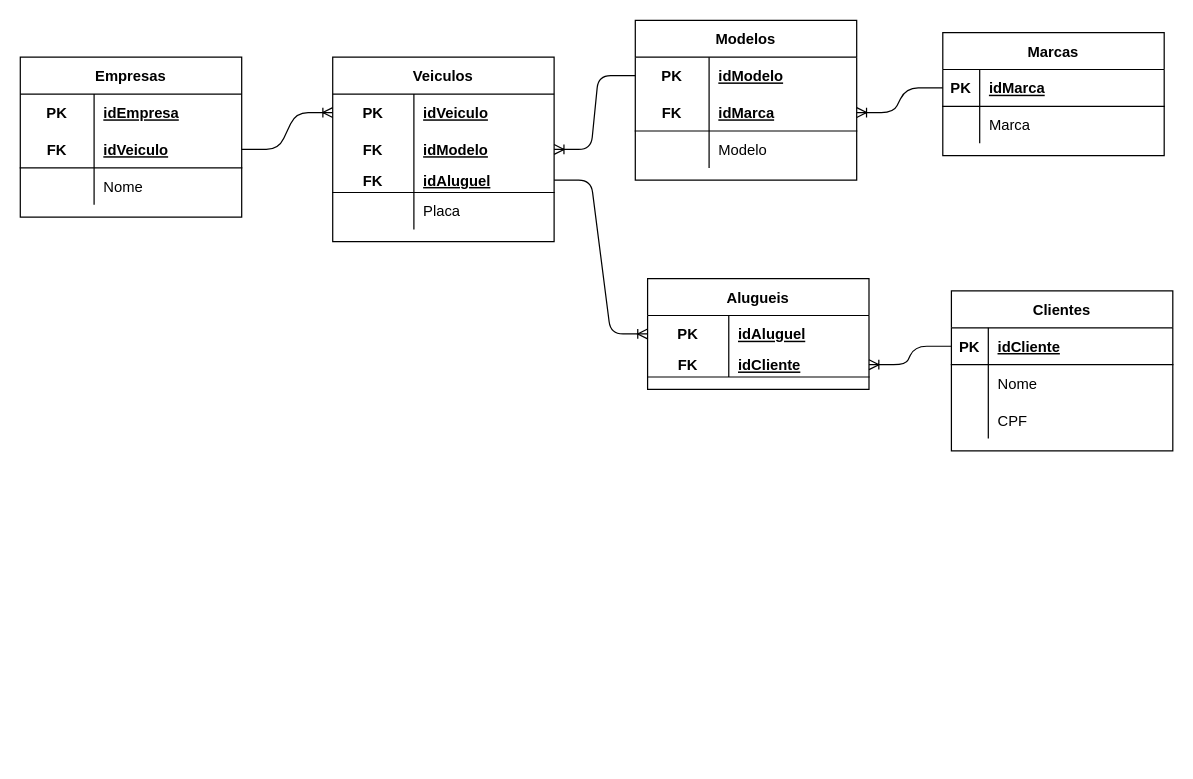
Earlier version of the draw.io diagram page "logico" (2 of 2) of exercicios/1.2-exercicio-locadora/1.2-exercicio-locadora.drawio (Pedro-B-Alves/senai_sprint1_bd). Source tidied: cells renumbered, new cells numbered last; positions are measured from the earlier drawing's top-left corner, leaving out a move shared by most shapes. Both pictures are drawn from the tidied source at 123%, with x=0, y=0 at pixel (20, 20).
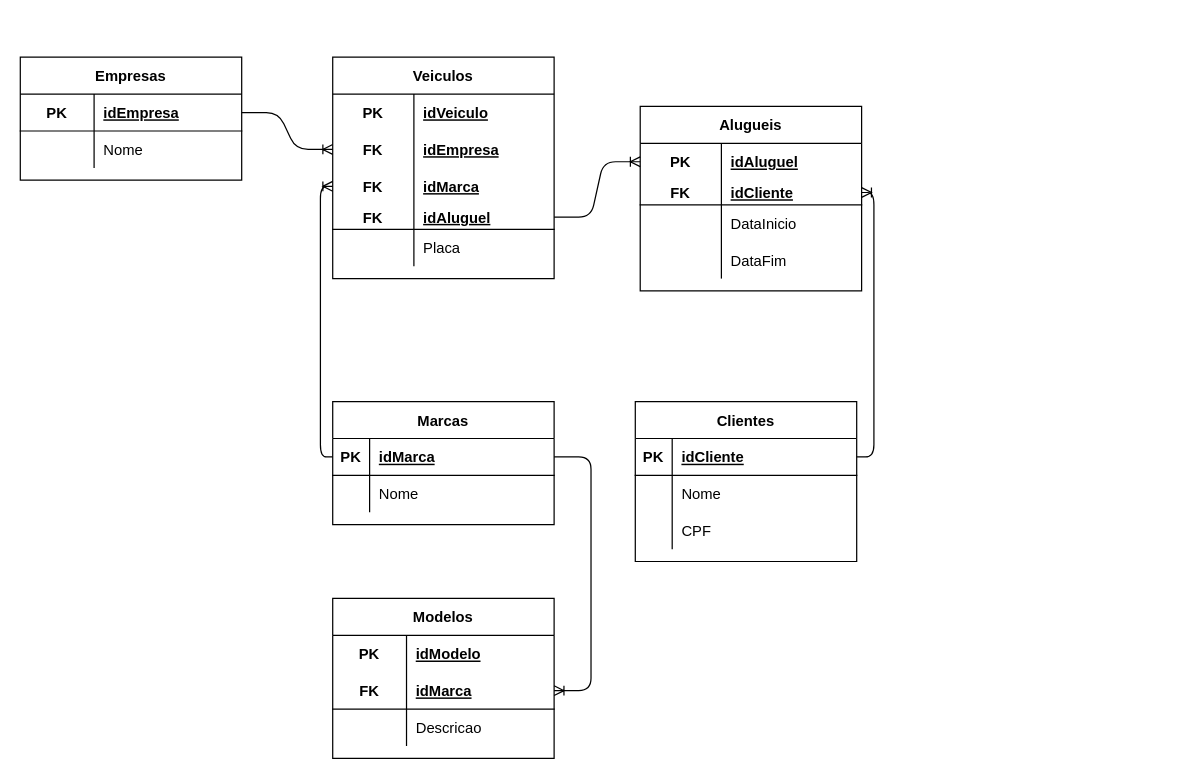
The same page after the edit.

Unchanged cells that the change refers to:
```xml
<mxCell id="13" style="shape=partialRectangle;fillColor=none;top=0;left=0;bottom=0;right=0;points=[[0,0.5],[1,0.5]];portConstraint=eastwest;" parent="12" vertex="1">
  <mxGeometry y="30" width="180" height="30" as="geometry" />
</mxCell>
<mxCell id="16" style="shape=partialRectangle;fillColor=none;top=0;left=0;bottom=0;right=0;points=[[0,0.5],[1,0.5]];portConstraint=eastwest;" parent="12" vertex="1">
  <mxGeometry y="60" width="180" height="30" as="geometry" />
</mxCell>
<mxCell id="26" style="shape=partialRectangle;fillColor=none;top=0;left=0;bottom=0;right=0;points=[[0,0.5],[1,0.5]];portConstraint=eastwest;" parent="25" vertex="1">
  <mxGeometry y="30" width="180" height="30" as="geometry" />
</mxCell>
<mxCell id="29" style="shape=partialRectangle;fillColor=none;top=0;left=0;bottom=1;right=0;points=[[0,0.5],[1,0.5]];portConstraint=eastwest;" parent="25" vertex="1">
  <mxGeometry y="60" width="180" height="30" as="geometry" />
</mxCell>
<mxCell id="32" style="shape=partialRectangle;fillColor=none;top=0;left=0;bottom=0;right=0;" parent="25" vertex="1">
  <mxGeometry y="90" width="180" height="30" as="geometry" />
</mxCell>
<mxCell id="36" style="shape=partialRectangle;fillColor=none;top=0;left=0;bottom=1;right=0;points=[[0,0.5],[1,0.5]];portConstraint=eastwest;" parent="35" vertex="1">
  <mxGeometry y="30" width="180" height="30" as="geometry" />
</mxCell>
<mxCell id="39" style="shape=partialRectangle;fillColor=none;top=0;left=0;bottom=0;right=0;" parent="35" vertex="1">
  <mxGeometry y="60" width="180" height="30" as="geometry" />
</mxCell>
<mxCell id="46" style="shape=partialRectangle;fillColor=none;top=0;left=0;bottom=1;right=0;points=[[0,0.5],[1,0.5]];portConstraint=eastwest;" parent="42" vertex="1">
  <mxGeometry y="60" width="180" height="20" as="geometry" />
</mxCell>
<mxCell id="50" style="shape=partialRectangle;fillColor=none;top=0;left=0;bottom=1;right=0;points=[[0,0.5],[1,0.5]];portConstraint=eastwest;" parent="49" vertex="1">
  <mxGeometry y="30" width="180" height="30" as="geometry" />
</mxCell>
```

The edit, as a diff of the source:
```diff
@@
     <mxCell id="2" value="Empresas" style="shape=table;startSize=30;childLayout=tableLayout;rowLines=0;fontStyle=1;align=center;" parent="1" vertex="1">
-      <mxGeometry y="30" width="180" height="130" as="geometry" />
+      <mxGeometry y="30" width="180" height="100" as="geometry" />
     </mxCell>
-    <mxCell id="3" style="shape=partialRectangle;fillColor=none;top=0;left=0;bottom=0;right=0;" parent="2" vertex="1">
-      <mxGeometry y="30" width="180" height="30" as="geometry" />
-    </mxCell>
-    <mxCell id="4" value="PK" style="shape=partialRectangle;fillColor=none;top=0;left=0;bottom=0;right=0;fontStyle=1;overflow=hidden;" parent="3" vertex="1">
-      <mxGeometry width="60" height="30" as="geometry" />
-    </mxCell>
-    <mxCell id="5" value="idEmpresa" style="shape=partialRectangle;fillColor=none;top=0;left=0;bottom=0;right=0;align=left;spacingLeft=6;fontStyle=5;overflow=hidden;" parent="3" vertex="1">
-      <mxGeometry x="60" width="120" height="30" as="geometry" />
-    </mxCell>
     <mxCell id="6" style="shape=partialRectangle;fillColor=none;top=0;left=0;bottom=1;right=0;points=[[0,0.5],[1,0.5]];portConstraint=eastwest;" parent="2" vertex="1">
-      <mxGeometry y="60" width="180" height="30" as="geometry" />
+      <mxGeometry y="30" width="180" height="30" as="geometry" />
     </mxCell>
-    <mxCell id="7" value="FK" style="shape=partialRectangle;fillColor=none;top=0;left=0;bottom=0;right=0;fontStyle=1;overflow=hidden;" parent="6" vertex="1">
+    <mxCell id="7" value="PK" style="shape=partialRectangle;fillColor=none;top=0;left=0;bottom=0;right=0;fontStyle=1;overflow=hidden;" parent="6" vertex="1">
       <mxGeometry width="60" height="30" as="geometry" />
     </mxCell>
-    <mxCell id="8" value="idVeiculo" style="shape=partialRectangle;fillColor=none;top=0;left=0;bottom=0;right=0;align=left;spacingLeft=6;fontStyle=5;overflow=hidden;" parent="6" vertex="1">
+    <mxCell id="8" value="idEmpresa" style="shape=partialRectangle;fillColor=none;top=0;left=0;bottom=0;right=0;align=left;spacingLeft=6;fontStyle=5;overflow=hidden;" parent="6" vertex="1">
       <mxGeometry x="60" width="120" height="30" as="geometry" />
     </mxCell>
     <mxCell id="9" style="shape=partialRectangle;fillColor=none;top=0;left=0;bottom=0;right=0;" parent="2" vertex="1">
-      <mxGeometry y="90" width="180" height="30" as="geometry" />
+      <mxGeometry y="60" width="180" height="30" as="geometry" />
     </mxCell>
@@
     <mxCell id="12" value="Veiculos" style="shape=table;startSize=30;childLayout=tableLayout;rowLines=0;fontStyle=1;align=center;" parent="1" vertex="1">
-      <mxGeometry x="254" y="30" width="180" height="150" as="geometry" />
+      <mxGeometry x="254" y="30" width="180" height="180" as="geometry" />
     </mxCell>
@@
-    <mxCell id="18" value="idModelo" style="shape=partialRectangle;fillColor=none;top=0;left=0;bottom=0;right=0;align=left;spacingLeft=6;fontStyle=5;overflow=hidden;" parent="16" vertex="1">
+    <mxCell id="18" value="idEmpresa" style="shape=partialRectangle;fillColor=none;top=0;left=0;bottom=0;right=0;align=left;spacingLeft=6;fontStyle=5;overflow=hidden;" parent="16" vertex="1">
       <mxGeometry x="66" width="114" height="30" as="geometry" />
     </mxCell>
+    <mxCell id="64" style="shape=partialRectangle;fillColor=none;top=0;left=0;bottom=0;right=0;points=[[0,0.5],[1,0.5]];portConstraint=eastwest;" parent="12" vertex="1">
+      <mxGeometry y="90" width="180" height="30" as="geometry" />
+    </mxCell>
+    <mxCell id="65" value="FK" style="shape=partialRectangle;fillColor=none;top=0;left=0;bottom=0;right=0;fontStyle=1;overflow=hidden;" parent="64" vertex="1">
+      <mxGeometry width="66" height="30" as="geometry" />
+    </mxCell>
+    <mxCell id="66" value="idMarca" style="shape=partialRectangle;fillColor=none;top=0;left=0;bottom=0;right=0;align=left;spacingLeft=6;fontStyle=5;overflow=hidden;" parent="64" vertex="1">
+      <mxGeometry x="66" width="114" height="30" as="geometry" />
+    </mxCell>
     <mxCell id="19" style="shape=partialRectangle;fillColor=none;top=0;left=0;bottom=1;right=0;points=[[0,0.5],[1,0.5]];portConstraint=eastwest;" parent="12" vertex="1">
-      <mxGeometry y="90" width="180" height="20" as="geometry" />
+      <mxGeometry y="120" width="180" height="20" as="geometry" />
     </mxCell>
@@
     <mxCell id="22" style="shape=partialRectangle;fillColor=none;top=0;left=0;bottom=0;right=0;" parent="12" vertex="1">
-      <mxGeometry y="110" width="180" height="30" as="geometry" />
+      <mxGeometry y="140" width="180" height="30" as="geometry" />
     </mxCell>
@@
     <mxCell id="25" value="Modelos" style="shape=table;startSize=30;childLayout=tableLayout;rowLines=0;fontStyle=1;align=center;" parent="1" vertex="1">
-      <mxGeometry x="500" width="180" height="130" as="geometry" />
+      <mxGeometry x="254" y="470" width="180" height="130" as="geometry" />
     </mxCell>
@@
-    <mxCell id="34" value="Modelo" style="shape=partialRectangle;fillColor=none;top=0;left=0;bottom=0;right=0;align=left;spacingLeft=6;overflow=hidden;" parent="32" vertex="1">
+    <mxCell id="34" value="Descricao" style="shape=partialRectangle;fillColor=none;top=0;left=0;bottom=0;right=0;align=left;spacingLeft=6;overflow=hidden;" parent="32" vertex="1">
       <mxGeometry x="60" width="120" height="30" as="geometry" />
     </mxCell>
     <mxCell id="35" value="Marcas" style="shape=table;startSize=30;childLayout=tableLayout;rowLines=0;fontStyle=1;align=center;" parent="1" vertex="1">
-      <mxGeometry x="750" y="10" width="180" height="100" as="geometry" />
+      <mxGeometry x="254" y="310" width="180" height="100" as="geometry" />
     </mxCell>
@@
-    <mxCell id="41" value="Marca" style="shape=partialRectangle;fillColor=none;top=0;left=0;bottom=0;right=0;align=left;spacingLeft=6;overflow=hidden;" parent="39" vertex="1">
+    <mxCell id="41" value="Nome" style="shape=partialRectangle;fillColor=none;top=0;left=0;bottom=0;right=0;align=left;spacingLeft=6;overflow=hidden;" parent="39" vertex="1">
       <mxGeometry x="30" width="150" height="30" as="geometry" />
     </mxCell>
     <mxCell id="42" value="Alugueis" style="shape=table;startSize=30;childLayout=tableLayout;rowLines=0;fontStyle=1;align=center;" parent="1" vertex="1">
-      <mxGeometry x="510" y="210" width="180" height="90" as="geometry" />
+      <mxGeometry x="504" y="70" width="180" height="150" as="geometry" />
     </mxCell>
@@
+    <mxCell id="67" style="shape=partialRectangle;fillColor=none;top=0;left=0;bottom=0;right=0;" parent="42" vertex="1">
+      <mxGeometry y="80" width="180" height="30" as="geometry" />
+    </mxCell>
+    <mxCell id="68" style="shape=partialRectangle;fillColor=none;top=0;left=0;bottom=0;right=0;overflow=hidden;" parent="67" vertex="1">
+      <mxGeometry width="66" height="30" as="geometry" />
+    </mxCell>
+    <mxCell id="69" value="DataInicio" style="shape=partialRectangle;fillColor=none;top=0;left=0;bottom=0;right=0;align=left;spacingLeft=6;overflow=hidden;" parent="67" vertex="1">
+      <mxGeometry x="66" width="114" height="30" as="geometry" />
+    </mxCell>
+    <mxCell id="70" style="shape=partialRectangle;fillColor=none;top=0;left=0;bottom=0;right=0;" parent="42" vertex="1">
+      <mxGeometry y="110" width="180" height="30" as="geometry" />
+    </mxCell>
+    <mxCell id="71" style="shape=partialRectangle;fillColor=none;top=0;left=0;bottom=0;right=0;overflow=hidden;" parent="70" vertex="1">
+      <mxGeometry width="66" height="30" as="geometry" />
+    </mxCell>
+    <mxCell id="72" value="DataFim" style="shape=partialRectangle;fillColor=none;top=0;left=0;bottom=0;right=0;align=left;spacingLeft=6;overflow=hidden;" parent="70" vertex="1">
+      <mxGeometry x="66" width="114" height="30" as="geometry" />
+    </mxCell>
     <mxCell id="49" value="Clientes" style="shape=table;startSize=30;childLayout=tableLayout;rowLines=0;fontStyle=1;align=center;" parent="1" vertex="1">
-      <mxGeometry x="757" y="220" width="180" height="130" as="geometry" />
+      <mxGeometry x="500" y="310" width="180" height="130" as="geometry" />
     </mxCell>
@@
-    <mxCell id="59" style="edgeStyle=entityRelationEdgeStyle;fontSize=12;html=1;endArrow=ERoneToMany;entryX=0;entryY=0.5;entryDx=0;entryDy=0;" parent="1" edge="1" source="6" target="13">
+    <mxCell id="59" style="edgeStyle=entityRelationEdgeStyle;fontSize=12;html=1;endArrow=ERoneToMany;entryX=0;entryY=0.5;entryDx=0;entryDy=0;" parent="1" edge="1" source="6" target="16">
       <mxGeometry relative="1" as="geometry" />
     </mxCell>
-    <mxCell id="60" style="edgeStyle=entityRelationEdgeStyle;fontSize=12;html=1;endArrow=ERoneToMany;entryX=1;entryY=0.5;entryDx=0;entryDy=0;exitX=0;exitY=0.5;exitDx=0;exitDy=0;" parent="1" edge="1" source="26" target="16">
+    <mxCell id="60" style="fontSize=12;html=1;endArrow=ERoneToMany;entryX=0;entryY=0.5;entryDx=0;entryDy=0;exitX=0;exitY=0.5;exitDx=0;exitDy=0;edgeStyle=orthogonalEdgeStyle;" parent="1" edge="1" source="36" target="64">
       <mxGeometry relative="1" as="geometry" />
     </mxCell>
-    <mxCell id="61" style="edgeStyle=entityRelationEdgeStyle;fontSize=12;html=1;endArrow=ERoneToMany;entryX=1;entryY=0.5;entryDx=0;entryDy=0;exitX=0;exitY=0.5;exitDx=0;exitDy=0;" parent="1" edge="1" source="36" target="29">
+    <mxCell id="61" style="edgeStyle=entityRelationEdgeStyle;fontSize=12;html=1;endArrow=ERoneToMany;exitX=1;exitY=0.5;exitDx=0;exitDy=0;entryX=1;entryY=0.5;entryDx=0;entryDy=0;" parent="1" edge="1" source="36" target="29">
       <mxGeometry relative="1" as="geometry" />
     </mxCell>
@@
-    <mxCell id="63" style="edgeStyle=entityRelationEdgeStyle;fontSize=12;html=1;endArrow=ERoneToMany;entryX=1;entryY=0.5;entryDx=0;entryDy=0;exitX=0;exitY=0.5;exitDx=0;exitDy=0;" parent="1" edge="1" source="50" target="46">
+    <mxCell id="63" style="fontSize=12;html=1;endArrow=ERoneToMany;exitX=1;exitY=0.5;exitDx=0;exitDy=0;entryX=1;entryY=0.5;entryDx=0;entryDy=0;edgeStyle=orthogonalEdgeStyle;elbow=vertical;" parent="1" edge="1" source="50" target="46">
       <mxGeometry relative="1" as="geometry" />
     </mxCell>
```
